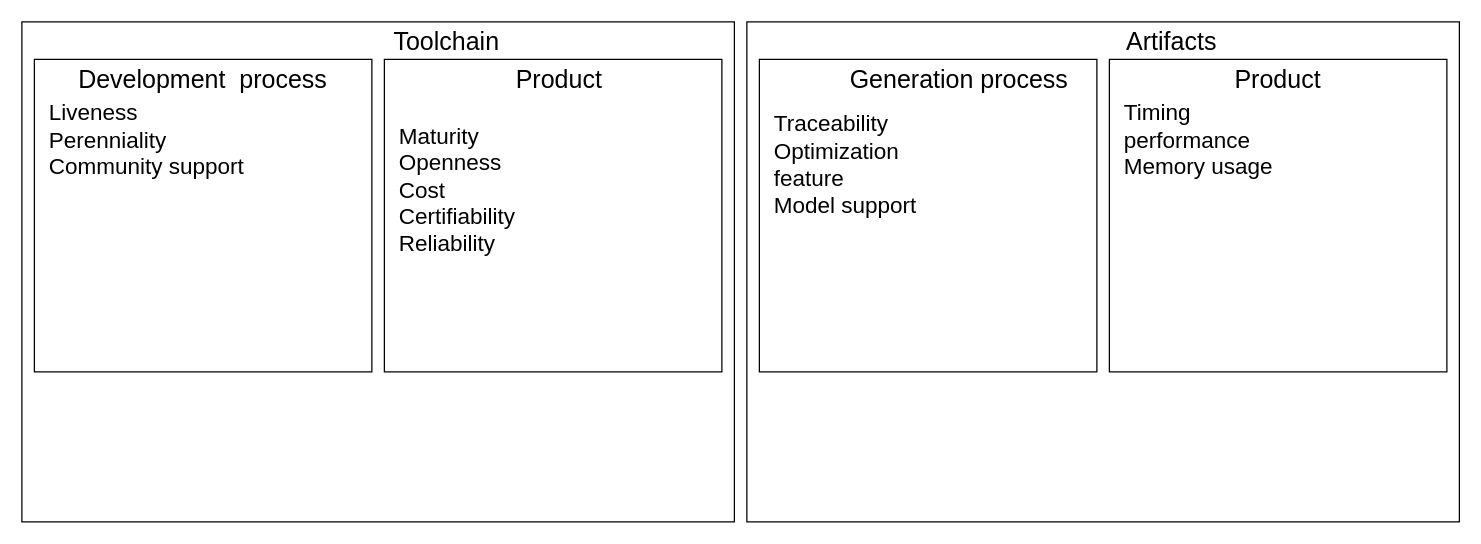
This is DrawIOs/ERTS Tools.drawio from ericjenn/Work, a draw.io file, before an edit. Source tidied: cells renumbered, new cells numbered last; positions are measured from the earlier drawing's top-left corner, leaving out a move shared by most shapes. Both pictures are drawn from the tidied source at 125%, with x=0, y=0 at pixel (21, 21).
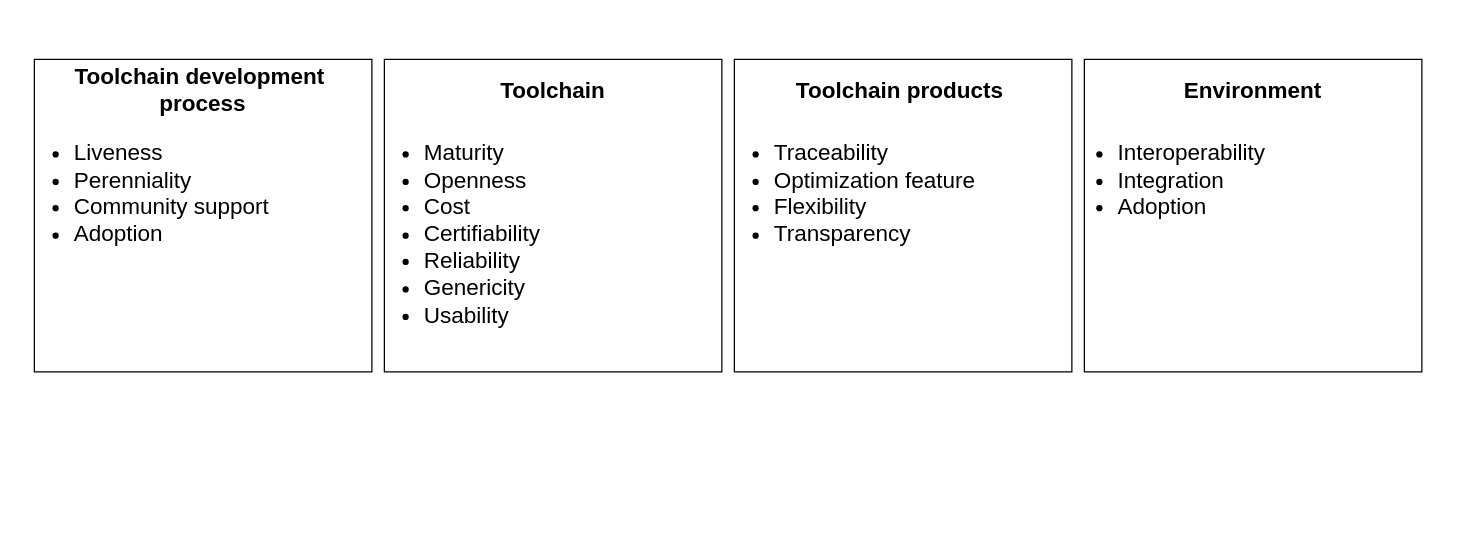
Above is the later version.

Commit message:
Mettre à jour ERTS Tools.drawio

The edit, as a diff of the source:
```diff
@@
 <mxGraphModel>
   <root>
     <mxCell id="0" />
     <mxCell id="1" parent="0" />
-    <mxCell id="2" style="rounded=0;whiteSpace=wrap;html=1;" parent="1" vertex="1">
-      <mxGeometry x="580" width="570" height="400" as="geometry" />
-    </mxCell>
     <mxCell id="3" style="rounded=0;whiteSpace=wrap;html=1;" parent="1" vertex="1">
-      <mxGeometry x="870" y="30" width="270" height="250" as="geometry" />
+      <mxGeometry x="850" y="30" width="270" height="250" as="geometry" />
     </mxCell>
-    <mxCell id="4" style="rounded=0;whiteSpace=wrap;html=1;" parent="1" vertex="1">
-      <mxGeometry width="570" height="400" as="geometry" />
-    </mxCell>
-    <mxCell id="5" value="Toolchain" style="text;html=1;align=center;verticalAlign=middle;whiteSpace=wrap;rounded=0;fontSize=20;" parent="1" vertex="1">
-      <mxGeometry x="310" width="60" height="30" as="geometry" />
-    </mxCell>
     <mxCell id="6" style="rounded=0;whiteSpace=wrap;html=1;" parent="1" vertex="1">
       <mxGeometry x="10" y="30" width="270" height="250" as="geometry" />
     </mxCell>
     <mxCell id="7" style="rounded=0;whiteSpace=wrap;html=1;" parent="1" vertex="1">
       <mxGeometry x="290" y="30" width="270" height="250" as="geometry" />
     </mxCell>
-    <mxCell id="8" value="Development&amp;nbsp; process" style="text;html=1;align=center;verticalAlign=middle;whiteSpace=wrap;rounded=0;fontSize=20;" parent="1" vertex="1">
-      <mxGeometry x="10" y="30" width="270" height="30" as="geometry" />
+    <mxCell id="8" value="Toolchain development&amp;nbsp; process" style="text;html=1;align=center;verticalAlign=middle;whiteSpace=wrap;rounded=0;fontSize=18;fontStyle=1;" parent="1" vertex="1">
+      <mxGeometry x="10" y="30" width="270" height="50" as="geometry" />
     </mxCell>
-    <mxCell id="9" value="Product" style="text;html=1;align=center;verticalAlign=middle;whiteSpace=wrap;rounded=0;fontSize=20;" parent="1" vertex="1">
-      <mxGeometry x="400" y="30" width="60" height="30" as="geometry" />
+    <mxCell id="9" value="Toolchain" style="text;html=1;align=center;verticalAlign=middle;whiteSpace=wrap;rounded=0;fontSize=18;fontStyle=1;" parent="1" vertex="1">
+      <mxGeometry x="395" y="40" width="60" height="30" as="geometry" />
     </mxCell>
-    <mxCell id="10" value="Artifacts" style="text;html=1;align=center;verticalAlign=middle;whiteSpace=wrap;rounded=0;fontSize=20;" parent="1" vertex="1">
-      <mxGeometry x="890" width="60" height="30" as="geometry" />
-    </mxCell>
     <mxCell id="11" style="rounded=0;whiteSpace=wrap;html=1;" parent="1" vertex="1">
-      <mxGeometry x="590" y="30" width="270" height="250" as="geometry" />
+      <mxGeometry x="570" y="30" width="270" height="250" as="geometry" />
     </mxCell>
-    <mxCell id="12" value="Generation process" style="text;html=1;align=center;verticalAlign=middle;whiteSpace=wrap;rounded=0;fontSize=20;" parent="1" vertex="1">
-      <mxGeometry x="645" y="30" width="210" height="30" as="geometry" />
+    <mxCell id="12" value="Toolchain products" style="text;html=1;align=center;verticalAlign=middle;whiteSpace=wrap;rounded=0;fontSize=18;fontStyle=1;" parent="1" vertex="1">
+      <mxGeometry x="570" y="40" width="265" height="30" as="geometry" />
     </mxCell>
-    <mxCell id="13" value="Product" style="text;html=1;align=center;verticalAlign=middle;whiteSpace=wrap;rounded=0;fontSize=20;" parent="1" vertex="1">
-      <mxGeometry x="870" y="30" width="270" height="30" as="geometry" />
+    <mxCell id="13" value="Environment" style="text;html=1;align=center;verticalAlign=middle;whiteSpace=wrap;rounded=0;fontSize=18;fontStyle=1;" parent="1" vertex="1">
+      <mxGeometry x="850" y="40" width="270" height="30" as="geometry" />
     </mxCell>
-    <mxCell id="14" value="Liveness&lt;div&gt;Perenniality&lt;/div&gt;&lt;div&gt;Community support&lt;/div&gt;" style="text;html=1;align=left;verticalAlign=middle;whiteSpace=wrap;rounded=0;fontSize=18;" parent="1" vertex="1">
-      <mxGeometry x="20" y="80" width="160" height="30" as="geometry" />
+    <mxCell id="14" value="&lt;ul&gt;&lt;li&gt;&lt;span style=&quot;background-color: transparent; color: light-dark(rgb(0, 0, 0), rgb(255, 255, 255));&quot;&gt;Liveness&lt;/span&gt;&lt;/li&gt;&lt;li&gt;&lt;span style=&quot;background-color: transparent; color: light-dark(rgb(0, 0, 0), rgb(255, 255, 255));&quot;&gt;Perenniality&lt;/span&gt;&lt;/li&gt;&lt;li&gt;&lt;span style=&quot;background-color: transparent; color: light-dark(rgb(0, 0, 0), rgb(255, 255, 255));&quot;&gt;Community support&lt;/span&gt;&lt;/li&gt;&lt;li&gt;&lt;span style=&quot;background-color: transparent; color: light-dark(rgb(0, 0, 0), rgb(255, 255, 255));&quot;&gt;Adoption&lt;/span&gt;&lt;/li&gt;&lt;/ul&gt;" style="text;html=1;align=left;verticalAlign=top;whiteSpace=wrap;rounded=0;fontSize=18;labelPosition=center;verticalLabelPosition=middle;" parent="1" vertex="1">
+      <mxGeometry y="70" width="250" height="200" as="geometry" />
     </mxCell>
-    <mxCell id="15" value="Maturity&lt;div&gt;Openness&lt;/div&gt;&lt;div&gt;Cost&lt;/div&gt;&lt;div&gt;Certifiability&lt;/div&gt;&lt;div&gt;Reliability&lt;/div&gt;" style="text;html=1;align=left;verticalAlign=middle;whiteSpace=wrap;rounded=0;fontSize=18;" parent="1" vertex="1">
-      <mxGeometry x="300" y="80" width="160" height="110" as="geometry" />
+    <mxCell id="15" value="&lt;ul&gt;&lt;li&gt;Maturity&lt;/li&gt;&lt;li&gt;Openness&lt;/li&gt;&lt;li&gt;Cost&lt;/li&gt;&lt;li&gt;Certifiability&lt;/li&gt;&lt;li&gt;Reliability&lt;/li&gt;&lt;li&gt;Genericity&lt;/li&gt;&lt;li&gt;&lt;span style=&quot;background-color: transparent; color: light-dark(rgb(0, 0, 0), rgb(255, 255, 255));&quot;&gt;Usability&lt;/span&gt;&lt;/li&gt;&lt;/ul&gt;" style="text;html=1;align=left;verticalAlign=top;whiteSpace=wrap;rounded=0;fontSize=18;" parent="1" vertex="1">
+      <mxGeometry x="280" y="70" width="250" height="200" as="geometry" />
     </mxCell>
-    <mxCell id="16" value="Traceability&lt;div&gt;Optimization feature&lt;/div&gt;&lt;div&gt;Model support&lt;/div&gt;" style="text;html=1;align=left;verticalAlign=middle;whiteSpace=wrap;rounded=0;fontSize=18;" parent="1" vertex="1">
-      <mxGeometry x="600" y="70" width="160" height="90" as="geometry" />
+    <mxCell id="16" value="&lt;ul&gt;&lt;li&gt;Traceability&lt;/li&gt;&lt;li&gt;Optimization feature&lt;/li&gt;&lt;li&gt;&lt;span style=&quot;background-color: transparent; color: light-dark(rgb(0, 0, 0), rgb(255, 255, 255));&quot;&gt;Flexibility&lt;/span&gt;&lt;/li&gt;&lt;li&gt;Transparency&lt;/li&gt;&lt;/ul&gt;" style="text;html=1;align=left;verticalAlign=top;whiteSpace=wrap;rounded=0;fontSize=18;" parent="1" vertex="1">
+      <mxGeometry x="560" y="70" width="250" height="200" as="geometry" />
     </mxCell>
-    <mxCell id="17" value="&lt;div&gt;Timing performance&lt;/div&gt;Memory usage" style="text;html=1;align=left;verticalAlign=middle;whiteSpace=wrap;rounded=0;fontSize=18;" parent="1" vertex="1">
-      <mxGeometry x="880" y="80" width="160" height="30" as="geometry" />
+    <mxCell id="17" value="&lt;div&gt;&lt;ul&gt;&lt;li&gt;&lt;span style=&quot;background-color: transparent; color: light-dark(rgb(0, 0, 0), rgb(255, 255, 255));&quot;&gt;Interoperability&lt;/span&gt;&lt;/li&gt;&lt;li&gt;Integration&lt;/li&gt;&lt;li&gt;Adoption&lt;/li&gt;&lt;/ul&gt;&lt;/div&gt;" style="text;html=1;align=left;verticalAlign=top;whiteSpace=wrap;rounded=0;fontSize=18;" parent="1" vertex="1">
+      <mxGeometry x="835" y="70" width="250" height="200" as="geometry" />
     </mxCell>
   </root>
 </mxGraphModel>
```
